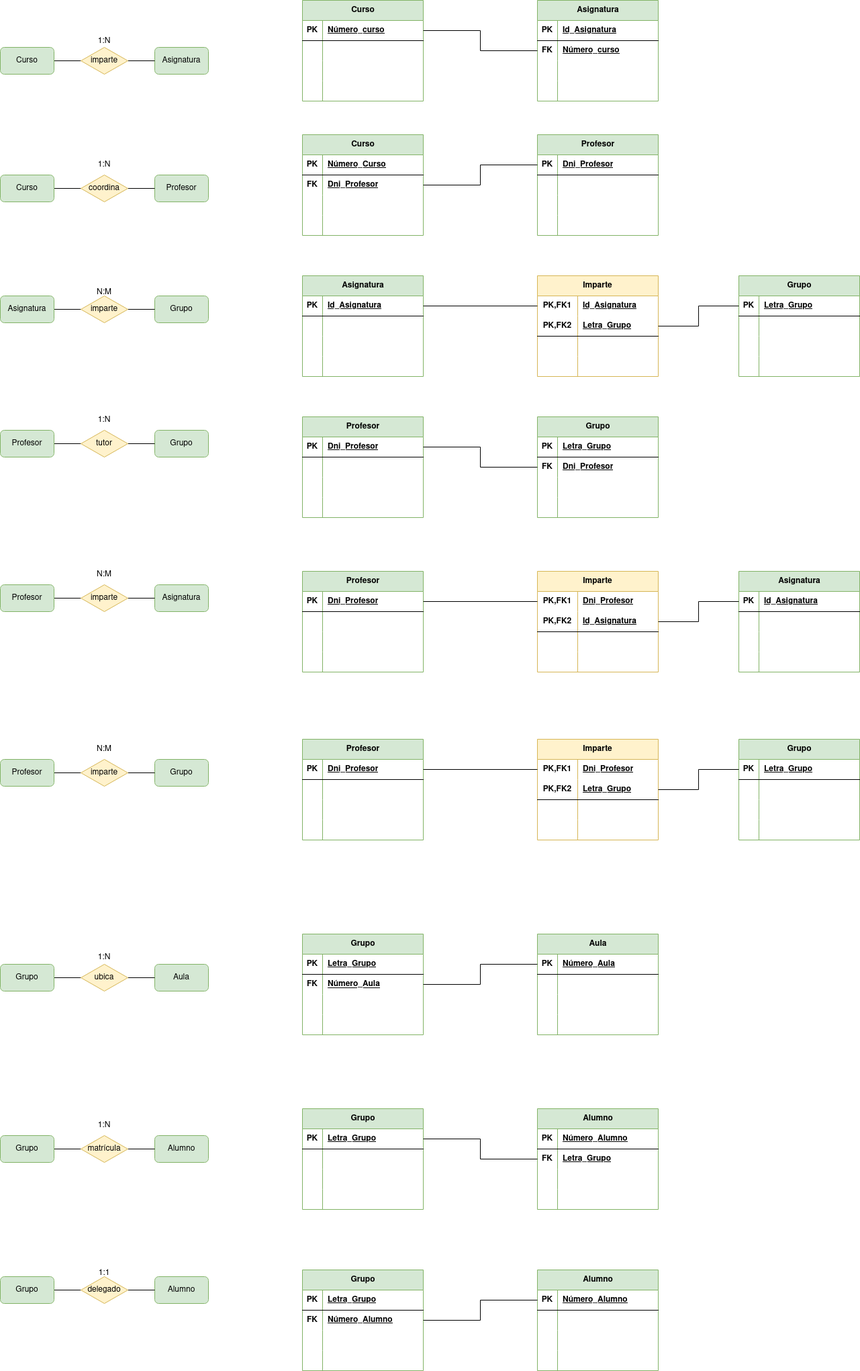
Earlier version of the draw.io export Unidad-1/Tareas/Tareas-evaluables/Tarea-evaluable-6/tarea-evaluable-6.drawio.png (LuisMGlez/base-datos). Source tidied: cells renumbered, new cells last; positions are measured from the earlier drawing's top-left corner, leaving out a move shared by most shapes.
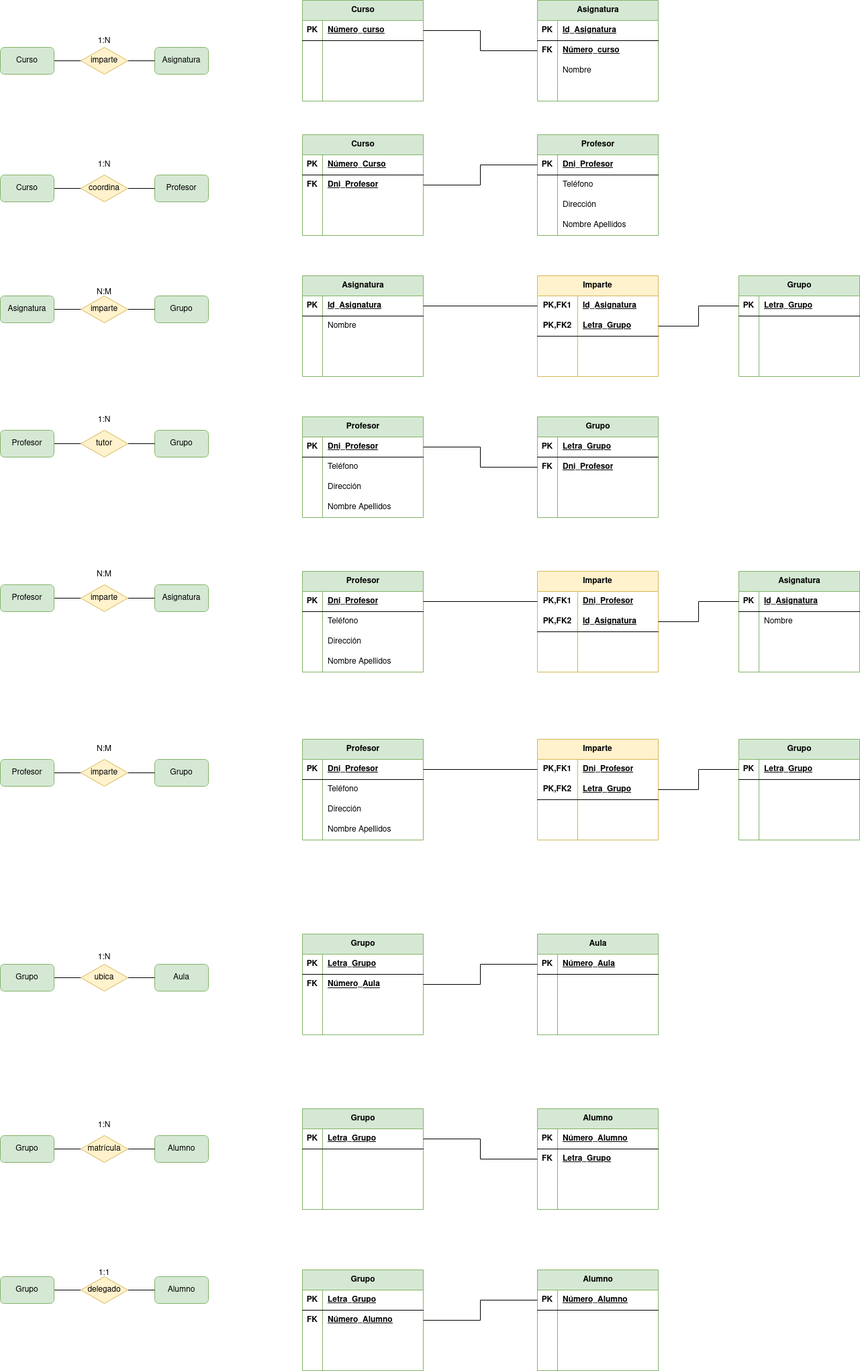
The same file after the commit.

What changed in the source:
```diff
@@ -230,7 +230,7 @@
     <mxCell id="77" style="shape=partialRectangle;fillColor=none;top=0;left=0;bottom=0;right=0;overflow=hidden;whiteSpace=wrap;html=1;" parent="76" vertex="1">
       <mxGeometry width="30" height="30" as="geometry" />
     </mxCell>
-    <mxCell id="78" style="shape=partialRectangle;fillColor=none;top=0;left=0;bottom=0;right=0;align=left;spacingLeft=6;overflow=hidden;whiteSpace=wrap;html=1;" parent="76" vertex="1">
+    <mxCell id="78" value="Nombre" style="shape=partialRectangle;fillColor=none;top=0;left=0;bottom=0;right=0;align=left;spacingLeft=6;overflow=hidden;whiteSpace=wrap;html=1;" parent="76" vertex="1">
       <mxGeometry x="30" width="150" height="30" as="geometry" />
     </mxCell>
     <mxCell id="79" style="shape=tableRow;horizontal=0;startSize=0;swimlaneHead=0;swimlaneBody=0;fillColor=none;top=0;left=0;right=0;bottom=0;" parent="69" vertex="1">
@@ -302,7 +302,7 @@
     <mxCell id="101" style="shape=partialRectangle;fillColor=none;top=0;left=0;bottom=0;right=0;overflow=hidden;whiteSpace=wrap;html=1;" parent="100" vertex="1">
       <mxGeometry width="30" height="30" as="geometry" />
     </mxCell>
-    <mxCell id="102" style="shape=partialRectangle;fillColor=none;top=0;left=0;bottom=0;right=0;align=left;spacingLeft=6;overflow=hidden;whiteSpace=wrap;html=1;" parent="100" vertex="1">
+    <mxCell id="102" value="Teléfono" style="shape=partialRectangle;fillColor=none;top=0;left=0;bottom=0;right=0;align=left;spacingLeft=6;overflow=hidden;whiteSpace=wrap;html=1;" parent="100" vertex="1">
       <mxGeometry x="30" width="150" height="30" as="geometry" />
     </mxCell>
     <mxCell id="103" style="shape=tableRow;horizontal=0;startSize=0;swimlaneHead=0;swimlaneBody=0;fillColor=none;top=0;left=0;right=0;bottom=0;" parent="96" vertex="1">
@@ -311,7 +311,7 @@
     <mxCell id="104" style="shape=partialRectangle;fillColor=none;top=0;left=0;bottom=0;right=0;overflow=hidden;whiteSpace=wrap;html=1;" parent="103" vertex="1">
       <mxGeometry width="30" height="30" as="geometry" />
     </mxCell>
-    <mxCell id="105" style="shape=partialRectangle;fillColor=none;top=0;left=0;bottom=0;right=0;align=left;spacingLeft=6;overflow=hidden;whiteSpace=wrap;html=1;" parent="103" vertex="1">
+    <mxCell id="105" value="Dirección" style="shape=partialRectangle;fillColor=none;top=0;left=0;bottom=0;right=0;align=left;spacingLeft=6;overflow=hidden;whiteSpace=wrap;html=1;" parent="103" vertex="1">
       <mxGeometry x="30" width="150" height="30" as="geometry" />
     </mxCell>
     <mxCell id="106" style="shape=tableRow;horizontal=0;startSize=0;swimlaneHead=0;swimlaneBody=0;fillColor=none;top=0;left=0;right=0;bottom=0;" parent="96" vertex="1">
@@ -320,7 +320,7 @@
     <mxCell id="107" style="shape=partialRectangle;fillColor=none;top=0;left=0;bottom=0;right=0;overflow=hidden;whiteSpace=wrap;html=1;" parent="106" vertex="1">
       <mxGeometry width="30" height="30" as="geometry" />
     </mxCell>
-    <mxCell id="108" style="shape=partialRectangle;fillColor=none;top=0;left=0;bottom=0;right=0;align=left;spacingLeft=6;overflow=hidden;whiteSpace=wrap;html=1;" parent="106" vertex="1">
+    <mxCell id="108" value="Nombre Apellidos" style="shape=partialRectangle;fillColor=none;top=0;left=0;bottom=0;right=0;align=left;spacingLeft=6;overflow=hidden;whiteSpace=wrap;html=1;" parent="106" vertex="1">
       <mxGeometry x="30" width="150" height="30" as="geometry" />
     </mxCell>
     <mxCell id="109" style="edgeStyle=orthogonalEdgeStyle;rounded=0;jettySize=auto;html=1;exitX=0;exitY=0.5;exitDx=0;exitDy=0;entryX=1;entryY=0.5;entryDx=0;entryDy=0;endArrow=none;endFill=0;" parent="1" edge="1" source="97" target="87">
@@ -344,7 +344,7 @@
     <mxCell id="115" style="shape=partialRectangle;fillColor=none;top=0;left=0;bottom=0;right=0;overflow=hidden;whiteSpace=wrap;html=1;" parent="114" vertex="1">
       <mxGeometry width="30" height="30" as="geometry" />
     </mxCell>
-    <mxCell id="116" style="shape=partialRectangle;fillColor=none;top=0;left=0;bottom=0;right=0;align=left;spacingLeft=6;overflow=hidden;whiteSpace=wrap;html=1;" parent="114" vertex="1">
+    <mxCell id="116" value="Nombre" style="shape=partialRectangle;fillColor=none;top=0;left=0;bottom=0;right=0;align=left;spacingLeft=6;overflow=hidden;whiteSpace=wrap;html=1;" parent="114" vertex="1">
       <mxGeometry x="30" width="150" height="30" as="geometry" />
     </mxCell>
     <mxCell id="117" style="shape=tableRow;horizontal=0;startSize=0;swimlaneHead=0;swimlaneBody=0;fillColor=none;top=0;left=0;right=0;bottom=0;" parent="110" vertex="1">
@@ -467,7 +467,7 @@
     <mxCell id="156" style="shape=partialRectangle;fillColor=none;top=0;left=0;bottom=0;right=0;overflow=hidden;whiteSpace=wrap;html=1;" parent="155" vertex="1">
       <mxGeometry width="30" height="30" as="geometry" />
     </mxCell>
-    <mxCell id="157" style="shape=partialRectangle;fillColor=none;top=0;left=0;bottom=0;right=0;align=left;spacingLeft=6;overflow=hidden;whiteSpace=wrap;html=1;" parent="155" vertex="1">
+    <mxCell id="157" value="Teléfono" style="shape=partialRectangle;fillColor=none;top=0;left=0;bottom=0;right=0;align=left;spacingLeft=6;overflow=hidden;whiteSpace=wrap;html=1;" parent="155" vertex="1">
       <mxGeometry x="30" width="150" height="30" as="geometry" />
     </mxCell>
     <mxCell id="158" style="shape=tableRow;horizontal=0;startSize=0;swimlaneHead=0;swimlaneBody=0;fillColor=none;top=0;left=0;right=0;bottom=0;" parent="151" vertex="1">
@@ -476,7 +476,7 @@
     <mxCell id="159" style="shape=partialRectangle;fillColor=none;top=0;left=0;bottom=0;right=0;overflow=hidden;whiteSpace=wrap;html=1;" parent="158" vertex="1">
       <mxGeometry width="30" height="30" as="geometry" />
     </mxCell>
-    <mxCell id="160" style="shape=partialRectangle;fillColor=none;top=0;left=0;bottom=0;right=0;align=left;spacingLeft=6;overflow=hidden;whiteSpace=wrap;html=1;" parent="158" vertex="1">
+    <mxCell id="160" value="Dirección" style="shape=partialRectangle;fillColor=none;top=0;left=0;bottom=0;right=0;align=left;spacingLeft=6;overflow=hidden;whiteSpace=wrap;html=1;" parent="158" vertex="1">
       <mxGeometry x="30" width="150" height="30" as="geometry" />
     </mxCell>
     <mxCell id="161" style="shape=tableRow;horizontal=0;startSize=0;swimlaneHead=0;swimlaneBody=0;fillColor=none;top=0;left=0;right=0;bottom=0;" parent="151" vertex="1">
@@ -485,7 +485,7 @@
     <mxCell id="162" style="shape=partialRectangle;fillColor=none;top=0;left=0;bottom=0;right=0;overflow=hidden;whiteSpace=wrap;html=1;" parent="161" vertex="1">
       <mxGeometry width="30" height="30" as="geometry" />
     </mxCell>
-    <mxCell id="163" style="shape=partialRectangle;fillColor=none;top=0;left=0;bottom=0;right=0;align=left;spacingLeft=6;overflow=hidden;whiteSpace=wrap;html=1;" parent="161" vertex="1">
+    <mxCell id="163" value="Nombre Apellidos" style="shape=partialRectangle;fillColor=none;top=0;left=0;bottom=0;right=0;align=left;spacingLeft=6;overflow=hidden;whiteSpace=wrap;html=1;" parent="161" vertex="1">
       <mxGeometry x="30" width="150" height="30" as="geometry" />
     </mxCell>
     <mxCell id="164" value="Grupo" style="shape=table;startSize=30;rowLines=0;fontStyle=1;align=center;html=1;fillColor=#d5e8d4;strokeColor=#82b366;" parent="1" vertex="1">
@@ -548,7 +548,7 @@
     <mxCell id="183" style="shape=partialRectangle;fillColor=none;top=0;left=0;bottom=0;right=0;overflow=hidden;whiteSpace=wrap;html=1;" parent="182" vertex="1">
       <mxGeometry width="30" height="30" as="geometry" />
     </mxCell>
-    <mxCell id="184" style="shape=partialRectangle;fillColor=none;top=0;left=0;bottom=0;right=0;align=left;spacingLeft=6;overflow=hidden;whiteSpace=wrap;html=1;" parent="182" vertex="1">
+    <mxCell id="184" value="Teléfono" style="shape=partialRectangle;fillColor=none;top=0;left=0;bottom=0;right=0;align=left;spacingLeft=6;overflow=hidden;whiteSpace=wrap;html=1;" parent="182" vertex="1">
       <mxGeometry x="30" width="150" height="30" as="geometry" />
     </mxCell>
     <mxCell id="185" style="shape=tableRow;horizontal=0;startSize=0;swimlaneHead=0;swimlaneBody=0;fillColor=none;top=0;left=0;right=0;bottom=0;" parent="178" vertex="1">
@@ -557,7 +557,7 @@
     <mxCell id="186" style="shape=partialRectangle;fillColor=none;top=0;left=0;bottom=0;right=0;overflow=hidden;whiteSpace=wrap;html=1;" parent="185" vertex="1">
       <mxGeometry width="30" height="30" as="geometry" />
     </mxCell>
-    <mxCell id="187" style="shape=partialRectangle;fillColor=none;top=0;left=0;bottom=0;right=0;align=left;spacingLeft=6;overflow=hidden;whiteSpace=wrap;html=1;" parent="185" vertex="1">
+    <mxCell id="187" value="Dirección" style="shape=partialRectangle;fillColor=none;top=0;left=0;bottom=0;right=0;align=left;spacingLeft=6;overflow=hidden;whiteSpace=wrap;html=1;" parent="185" vertex="1">
       <mxGeometry x="30" width="150" height="30" as="geometry" />
     </mxCell>
     <mxCell id="188" style="shape=tableRow;horizontal=0;startSize=0;swimlaneHead=0;swimlaneBody=0;fillColor=none;top=0;left=0;right=0;bottom=0;" parent="178" vertex="1">
@@ -566,7 +566,7 @@
     <mxCell id="189" style="shape=partialRectangle;fillColor=none;top=0;left=0;bottom=0;right=0;overflow=hidden;whiteSpace=wrap;html=1;" parent="188" vertex="1">
       <mxGeometry width="30" height="30" as="geometry" />
     </mxCell>
-    <mxCell id="190" style="shape=partialRectangle;fillColor=none;top=0;left=0;bottom=0;right=0;align=left;spacingLeft=6;overflow=hidden;whiteSpace=wrap;html=1;" parent="188" vertex="1">
+    <mxCell id="190" value="Nombre Apellidos" style="shape=partialRectangle;fillColor=none;top=0;left=0;bottom=0;right=0;align=left;spacingLeft=6;overflow=hidden;whiteSpace=wrap;html=1;" parent="188" vertex="1">
       <mxGeometry x="30" width="150" height="30" as="geometry" />
     </mxCell>
     <mxCell id="191" value="Asignatura" style="shape=table;startSize=30;rowLines=0;fontStyle=1;align=center;html=1;fillColor=#d5e8d4;strokeColor=#82b366;" parent="1" vertex="1">
@@ -587,7 +587,7 @@
     <mxCell id="196" style="shape=partialRectangle;fillColor=none;top=0;left=0;bottom=0;right=0;overflow=hidden;whiteSpace=wrap;html=1;" parent="195" vertex="1">
       <mxGeometry width="30" height="30" as="geometry" />
     </mxCell>
-    <mxCell id="197" style="shape=partialRectangle;fillColor=none;top=0;left=0;bottom=0;right=0;align=left;spacingLeft=6;overflow=hidden;whiteSpace=wrap;html=1;" parent="195" vertex="1">
+    <mxCell id="197" value="Nombre" style="shape=partialRectangle;fillColor=none;top=0;left=0;bottom=0;right=0;align=left;spacingLeft=6;overflow=hidden;whiteSpace=wrap;html=1;" parent="195" vertex="1">
       <mxGeometry x="30" width="150" height="30" as="geometry" />
     </mxCell>
     <mxCell id="198" style="shape=tableRow;horizontal=0;startSize=0;swimlaneHead=0;swimlaneBody=0;fillColor=none;top=0;left=0;right=0;bottom=0;" parent="191" vertex="1">
@@ -671,7 +671,7 @@
     <mxCell id="224" style="shape=partialRectangle;fillColor=none;top=0;left=0;bottom=0;right=0;overflow=hidden;whiteSpace=wrap;html=1;" parent="223" vertex="1">
       <mxGeometry width="30" height="30" as="geometry" />
     </mxCell>
-    <mxCell id="225" style="shape=partialRectangle;fillColor=none;top=0;left=0;bottom=0;right=0;align=left;spacingLeft=6;overflow=hidden;whiteSpace=wrap;html=1;" parent="223" vertex="1">
+    <mxCell id="225" value="Teléfono" style="shape=partialRectangle;fillColor=none;top=0;left=0;bottom=0;right=0;align=left;spacingLeft=6;overflow=hidden;whiteSpace=wrap;html=1;" parent="223" vertex="1">
       <mxGeometry x="30" width="150" height="30" as="geometry" />
     </mxCell>
     <mxCell id="226" style="shape=tableRow;horizontal=0;startSize=0;swimlaneHead=0;swimlaneBody=0;fillColor=none;top=0;left=0;right=0;bottom=0;" parent="219" vertex="1">
@@ -680,7 +680,7 @@
     <mxCell id="227" style="shape=partialRectangle;fillColor=none;top=0;left=0;bottom=0;right=0;overflow=hidden;whiteSpace=wrap;html=1;" parent="226" vertex="1">
       <mxGeometry width="30" height="30" as="geometry" />
     </mxCell>
-    <mxCell id="228" style="shape=partialRectangle;fillColor=none;top=0;left=0;bottom=0;right=0;align=left;spacingLeft=6;overflow=hidden;whiteSpace=wrap;html=1;" parent="226" vertex="1">
+    <mxCell id="228" value="Dirección" style="shape=partialRectangle;fillColor=none;top=0;left=0;bottom=0;right=0;align=left;spacingLeft=6;overflow=hidden;whiteSpace=wrap;html=1;" parent="226" vertex="1">
       <mxGeometry x="30" width="150" height="30" as="geometry" />
     </mxCell>
     <mxCell id="229" style="shape=tableRow;horizontal=0;startSize=0;swimlaneHead=0;swimlaneBody=0;fillColor=none;top=0;left=0;right=0;bottom=0;" parent="219" vertex="1">
@@ -689,7 +689,7 @@
     <mxCell id="230" style="shape=partialRectangle;fillColor=none;top=0;left=0;bottom=0;right=0;overflow=hidden;whiteSpace=wrap;html=1;" parent="229" vertex="1">
       <mxGeometry width="30" height="30" as="geometry" />
     </mxCell>
-    <mxCell id="231" style="shape=partialRectangle;fillColor=none;top=0;left=0;bottom=0;right=0;align=left;spacingLeft=6;overflow=hidden;whiteSpace=wrap;html=1;" parent="229" vertex="1">
+    <mxCell id="231" value="Nombre Apellidos" style="shape=partialRectangle;fillColor=none;top=0;left=0;bottom=0;right=0;align=left;spacingLeft=6;overflow=hidden;whiteSpace=wrap;html=1;" parent="229" vertex="1">
       <mxGeometry x="30" width="150" height="30" as="geometry" />
     </mxCell>
     <mxCell id="232" value="Grupo" style="shape=table;startSize=30;rowLines=0;fontStyle=1;align=center;html=1;fillColor=#d5e8d4;strokeColor=#82b366;" parent="1" vertex="1">
```
